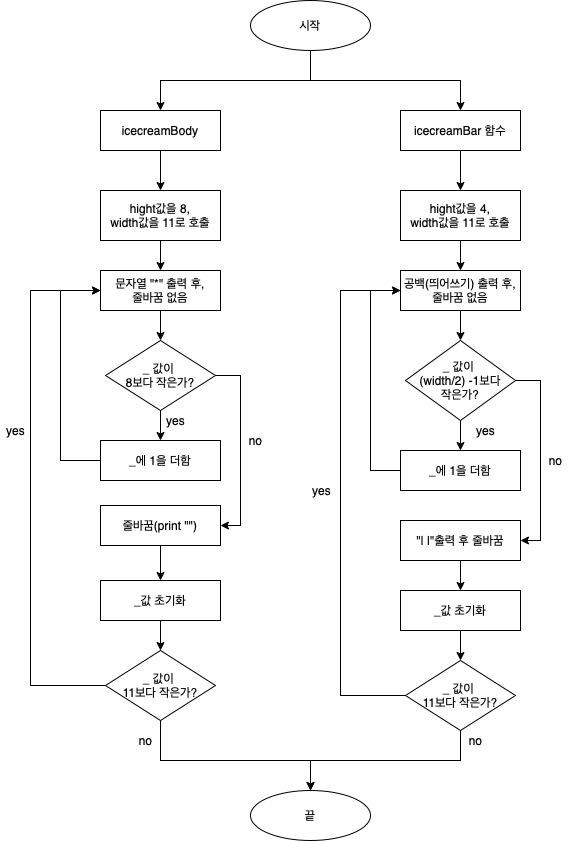
This is CodeStarterCamp_Week1/icecream_flowchart.png from yagom-academy/swift-starter-camp-4th, a draw.io export, as it was before one commit. Source tidied: cells renumbered, new cells last; positions are measured from the earlier drawing's top-left corner, leaving out a move shared by most shapes.
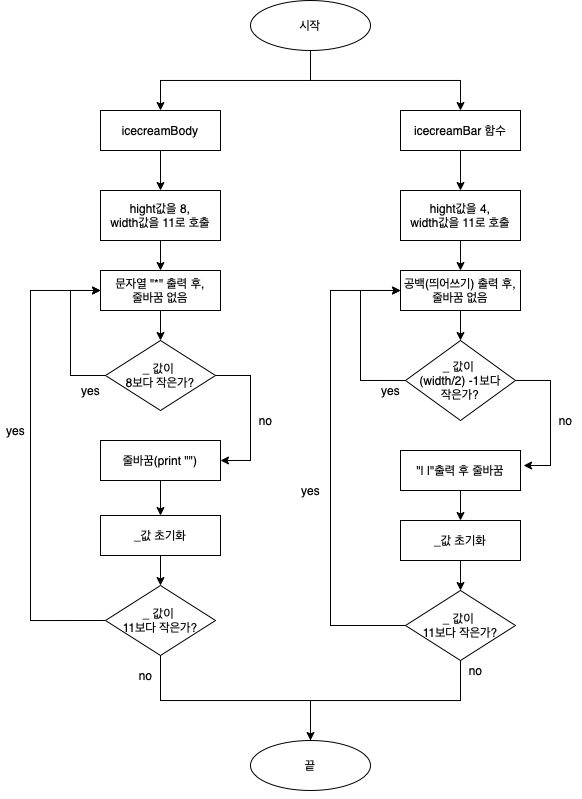
Later version of the same file.

Diff of the diagram source:
```diff
@@ -56,19 +56,22 @@
     <mxCell id="15" value="hight값을 4,&lt;br&gt;width값을 11로 호출" style="rounded=1;whiteSpace=wrap;html=1;fontSize=12;glass=0;strokeWidth=1;shadow=0;arcSize=0;" parent="1" vertex="1">
       <mxGeometry x="400" y="190" width="120" height="50" as="geometry" />
     </mxCell>
-    <mxCell id="16" style="edgeStyle=orthogonalEdgeStyle;rounded=0;jettySize=auto;html=1;exitX=0;exitY=0.5;exitDx=0;exitDy=0;entryX=0;entryY=0.5;entryDx=0;entryDy=0;" parent="1" edge="1" source="28" target="13">
-      <mxGeometry relative="1" as="geometry">
-        <Array as="points">
-          <mxPoint x="60" y="460" />
-          <mxPoint x="60" y="290" />
-        </Array>
-      </mxGeometry>
-    </mxCell>
-    <mxCell id="17" style="edgeStyle=orthogonalEdgeStyle;rounded=0;jettySize=auto;html=1;exitX=0.5;exitY=1;exitDx=0;exitDy=0;entryX=0.5;entryY=0;entryDx=0;entryDy=0;" parent="1" edge="1" source="19" target="28">
-      <mxGeometry relative="1" as="geometry" />
+    <mxCell id="17" style="edgeStyle=orthogonalEdgeStyle;rounded=0;jettySize=auto;html=1;" parent="1" edge="1" source="19">
+      <mxGeometry relative="1" as="geometry">
+        <mxPoint x="100" y="290" as="targetPoint" />
+        <Array as="points">
+          <mxPoint x="70" y="375" />
+          <mxPoint x="70" y="290" />
+        </Array>
+      </mxGeometry>
     </mxCell>
     <mxCell id="18" style="edgeStyle=orthogonalEdgeStyle;rounded=0;jettySize=auto;html=1;exitX=1;exitY=0.5;exitDx=0;exitDy=0;entryX=1;entryY=0.5;entryDx=0;entryDy=0;" parent="1" edge="1" source="19" target="26">
-      <mxGeometry relative="1" as="geometry" />
+      <mxGeometry relative="1" as="geometry">
+        <Array as="points">
+          <mxPoint x="250" y="375" />
+          <mxPoint x="250" y="460" />
+        </Array>
+      </mxGeometry>
     </mxCell>
     <mxCell id="19" value="_ 값이 &lt;br&gt;8보다 작은가?" style="rhombus;whiteSpace=wrap;html=1;strokeColor=default;fillColor=default;" parent="1" vertex="1">
       <mxGeometry x="105" y="340" width="110" height="70" as="geometry" />
@@ -76,7 +79,7 @@
     <mxCell id="20" style="edgeStyle=orthogonalEdgeStyle;rounded=0;jettySize=auto;html=1;entryX=0;entryY=0.5;entryDx=0;entryDy=0;exitX=0;exitY=0.5;exitDx=0;exitDy=0;" parent="1" edge="1" source="22" target="13">
       <mxGeometry relative="1" as="geometry">
         <Array as="points">
-          <mxPoint x="30" y="685" />
+          <mxPoint x="30" y="620" />
           <mxPoint x="30" y="290" />
         </Array>
       </mxGeometry>
@@ -84,37 +87,34 @@
     <mxCell id="21" style="edgeStyle=orthogonalEdgeStyle;rounded=0;jettySize=auto;html=1;" parent="1" edge="1" source="22" target="48">
       <mxGeometry relative="1" as="geometry">
         <Array as="points">
-          <mxPoint x="160" y="760" />
-          <mxPoint x="310" y="760" />
+          <mxPoint x="160" y="700" />
+          <mxPoint x="310" y="700" />
         </Array>
       </mxGeometry>
     </mxCell>
     <mxCell id="22" value="_ 값이 &lt;br&gt;11보다 작은가?" style="rhombus;whiteSpace=wrap;html=1;strokeColor=default;fillColor=default;" parent="1" vertex="1">
-      <mxGeometry x="105" y="650" width="110" height="70" as="geometry" />
+      <mxGeometry x="105" y="585" width="110" height="70" as="geometry" />
     </mxCell>
     <mxCell id="23" value="yes" style="text;html=1;align=center;verticalAlign=middle;strokeColor=none;fillColor=none;" parent="1" vertex="1">
-      <mxGeometry x="160" y="410" width="30" height="20" as="geometry" />
+      <mxGeometry x="75" y="380" width="30" height="20" as="geometry" />
     </mxCell>
     <mxCell id="24" value="no" style="text;html=1;align=center;verticalAlign=middle;strokeColor=none;fillColor=none;" parent="1" vertex="1">
-      <mxGeometry x="240" y="430" width="30" height="20" as="geometry" />
+      <mxGeometry x="250" y="410" width="30" height="20" as="geometry" />
     </mxCell>
     <mxCell id="25" style="edgeStyle=orthogonalEdgeStyle;rounded=0;jettySize=auto;html=1;exitX=0.5;exitY=1;exitDx=0;exitDy=0;entryX=0.5;entryY=0;entryDx=0;entryDy=0;" parent="1" edge="1" source="26" target="30">
       <mxGeometry relative="1" as="geometry" />
     </mxCell>
     <mxCell id="26" value="줄바꿈(print &quot;&quot;)" style="rounded=1;whiteSpace=wrap;html=1;fontSize=12;glass=0;strokeWidth=1;shadow=0;arcSize=0;" parent="1" vertex="1">
-      <mxGeometry x="100" y="505" width="120" height="40" as="geometry" />
+      <mxGeometry x="100" y="440" width="120" height="40" as="geometry" />
     </mxCell>
     <mxCell id="27" value="yes" style="text;html=1;align=center;verticalAlign=middle;strokeColor=none;fillColor=none;" parent="1" vertex="1">
       <mxGeometry y="420" width="30" height="20" as="geometry" />
     </mxCell>
-    <mxCell id="28" value="_에 1을 더함" style="rounded=1;whiteSpace=wrap;html=1;fontSize=12;glass=0;strokeWidth=1;shadow=0;arcSize=0;" parent="1" vertex="1">
-      <mxGeometry x="100" y="440" width="120" height="40" as="geometry" />
-    </mxCell>
     <mxCell id="29" style="edgeStyle=orthogonalEdgeStyle;rounded=0;jettySize=auto;html=1;entryX=0.5;entryY=0;entryDx=0;entryDy=0;" parent="1" edge="1" source="30" target="22">
       <mxGeometry relative="1" as="geometry" />
     </mxCell>
     <mxCell id="30" value="_값 초기화" style="rounded=1;whiteSpace=wrap;html=1;fontSize=12;glass=0;strokeWidth=1;shadow=0;arcSize=0;" parent="1" vertex="1">
-      <mxGeometry x="100" y="580" width="120" height="40" as="geometry" />
+      <mxGeometry x="100" y="515" width="120" height="40" as="geometry" />
     </mxCell>
     <mxCell id="31" style="edgeStyle=orthogonalEdgeStyle;rounded=0;jettySize=auto;html=1;entryX=0.5;entryY=0;entryDx=0;entryDy=0;" parent="1" edge="1" source="32" target="35">
       <mxGeometry relative="1" as="geometry" />
@@ -122,76 +122,75 @@
     <mxCell id="32" value="공백(띄어쓰기) 출력 후,&lt;br&gt;줄바꿈 없음" style="rounded=1;whiteSpace=wrap;html=1;fontSize=12;glass=0;strokeWidth=1;shadow=0;arcSize=0;" parent="1" vertex="1">
       <mxGeometry x="400" y="270" width="120" height="40" as="geometry" />
     </mxCell>
-    <mxCell id="33" style="edgeStyle=orthogonalEdgeStyle;rounded=0;jettySize=auto;html=1;entryX=0.5;entryY=0;entryDx=0;entryDy=0;" parent="1" edge="1" source="35" target="37">
-      <mxGeometry relative="1" as="geometry" />
-    </mxCell>
-    <mxCell id="34" style="edgeStyle=orthogonalEdgeStyle;rounded=0;jettySize=auto;html=1;entryX=1;entryY=0.5;entryDx=0;entryDy=0;" parent="1" edge="1" source="35" target="40">
+    <mxCell id="34" style="edgeStyle=orthogonalEdgeStyle;rounded=0;jettySize=auto;html=1;entryX=1.026;entryY=0.385;entryDx=0;entryDy=0;entryPerimeter=0;" parent="1" edge="1" source="35" target="40">
       <mxGeometry relative="1" as="geometry">
         <Array as="points">
-          <mxPoint x="540" y="380" />
-          <mxPoint x="540" y="540" />
+          <mxPoint x="550" y="380" />
+          <mxPoint x="550" y="465" />
+          <mxPoint x="523" y="465" />
         </Array>
       </mxGeometry>
     </mxCell>
     <mxCell id="35" value="_ 값이 &lt;br&gt;(width/2) -1보다 &lt;br&gt;작은가?" style="rhombus;whiteSpace=wrap;html=1;strokeColor=default;fillColor=default;" parent="1" vertex="1">
       <mxGeometry x="405" y="340" width="110" height="80" as="geometry" />
     </mxCell>
-    <mxCell id="36" style="edgeStyle=orthogonalEdgeStyle;rounded=0;jettySize=auto;html=1;entryX=0;entryY=0.5;entryDx=0;entryDy=0;" parent="1" edge="1" source="37" target="32">
+    <mxCell id="36" style="edgeStyle=orthogonalEdgeStyle;rounded=0;jettySize=auto;html=1;entryX=0;entryY=0.5;entryDx=0;entryDy=0;exitX=0;exitY=0.5;exitDx=0;exitDy=0;" parent="1" edge="1" source="35" target="32">
       <mxGeometry relative="1" as="geometry">
         <Array as="points">
-          <mxPoint x="370" y="470" />
-          <mxPoint x="370" y="290" />
+          <mxPoint x="360" y="380" />
+          <mxPoint x="360" y="290" />
         </Array>
       </mxGeometry>
     </mxCell>
-    <mxCell id="37" value="_에 1을 더함" style="rounded=1;whiteSpace=wrap;html=1;fontSize=12;glass=0;strokeWidth=1;shadow=0;arcSize=0;" parent="1" vertex="1">
-      <mxGeometry x="400" y="450" width="120" height="40" as="geometry" />
-    </mxCell>
     <mxCell id="38" value="yes" style="text;html=1;align=center;verticalAlign=middle;strokeColor=none;fillColor=none;" parent="1" vertex="1">
-      <mxGeometry x="470" y="420" width="30" height="20" as="geometry" />
+      <mxGeometry x="375" y="380" width="30" height="20" as="geometry" />
     </mxCell>
     <mxCell id="39" style="edgeStyle=orthogonalEdgeStyle;rounded=0;jettySize=auto;html=1;entryX=0.5;entryY=0;entryDx=0;entryDy=0;" parent="1" edge="1" source="40" target="43">
       <mxGeometry relative="1" as="geometry" />
     </mxCell>
     <mxCell id="40" value="&quot;| |&quot;출력 후 줄바꿈" style="rounded=1;whiteSpace=wrap;html=1;fontSize=12;glass=0;strokeWidth=1;shadow=0;arcSize=0;" parent="1" vertex="1">
-      <mxGeometry x="400" y="520" width="120" height="40" as="geometry" />
+      <mxGeometry x="400" y="450" width="120" height="40" as="geometry" />
     </mxCell>
     <mxCell id="41" value="no" style="text;html=1;align=center;verticalAlign=middle;strokeColor=none;fillColor=none;" parent="1" vertex="1">
-      <mxGeometry x="540" y="450" width="30" height="20" as="geometry" />
+      <mxGeometry x="550" y="410" width="30" height="20" as="geometry" />
     </mxCell>
     <mxCell id="42" style="edgeStyle=orthogonalEdgeStyle;rounded=0;jettySize=auto;html=1;entryX=0.5;entryY=0;entryDx=0;entryDy=0;" parent="1" edge="1" source="43" target="46">
       <mxGeometry relative="1" as="geometry" />
     </mxCell>
     <mxCell id="43" value="_값 초기화" style="rounded=1;whiteSpace=wrap;html=1;fontSize=12;glass=0;strokeWidth=1;shadow=0;arcSize=0;" parent="1" vertex="1">
-      <mxGeometry x="400" y="590" width="120" height="40" as="geometry" />
+      <mxGeometry x="400" y="520" width="120" height="40" as="geometry" />
     </mxCell>
     <mxCell id="44" style="edgeStyle=orthogonalEdgeStyle;rounded=0;jettySize=auto;html=1;entryX=0;entryY=0.5;entryDx=0;entryDy=0;startArrow=none;exitX=0;exitY=0.5;exitDx=0;exitDy=0;" parent="1" edge="1" source="46" target="32">
       <mxGeometry relative="1" as="geometry">
         <Array as="points">
-          <mxPoint x="340" y="695" />
-          <mxPoint x="340" y="290" />
+          <mxPoint x="330" y="625" />
+          <mxPoint x="330" y="290" />
         </Array>
       </mxGeometry>
     </mxCell>
     <mxCell id="45" style="edgeStyle=orthogonalEdgeStyle;rounded=0;jettySize=auto;html=1;exitX=0.5;exitY=1;exitDx=0;exitDy=0;" parent="1" edge="1" source="46">
       <mxGeometry relative="1" as="geometry">
         <mxPoint x="310" y="790" as="targetPoint" />
+        <Array as="points">
+          <mxPoint x="460" y="700" />
+          <mxPoint x="310" y="700" />
+        </Array>
       </mxGeometry>
     </mxCell>
     <mxCell id="46" value="_ 값이 &lt;br&gt;11보다 작은가?" style="rhombus;whiteSpace=wrap;html=1;strokeColor=default;fillColor=default;" parent="1" vertex="1">
-      <mxGeometry x="405" y="660" width="110" height="70" as="geometry" />
+      <mxGeometry x="405" y="590" width="110" height="70" as="geometry" />
     </mxCell>
     <mxCell id="47" value="yes" style="text;html=1;align=center;verticalAlign=middle;strokeColor=none;fillColor=none;" parent="1" vertex="1">
-      <mxGeometry x="306" y="480" width="30" height="20" as="geometry" />
+      <mxGeometry x="295" y="480" width="30" height="20" as="geometry" />
     </mxCell>
     <mxCell id="48" value="끝" style="ellipse;whiteSpace=wrap;html=1;" parent="1" vertex="1">
-      <mxGeometry x="250" y="790" width="120" height="50" as="geometry" />
+      <mxGeometry x="250" y="740" width="120" height="50" as="geometry" />
     </mxCell>
     <mxCell id="49" value="no" style="text;html=1;align=center;verticalAlign=middle;strokeColor=none;fillColor=none;" parent="1" vertex="1">
-      <mxGeometry x="130" y="730" width="30" height="20" as="geometry" />
+      <mxGeometry x="130" y="665" width="30" height="20" as="geometry" />
     </mxCell>
     <mxCell id="50" value="no" style="text;html=1;align=center;verticalAlign=middle;strokeColor=none;fillColor=none;" parent="1" vertex="1">
-      <mxGeometry x="460" y="730" width="30" height="20" as="geometry" />
+      <mxGeometry x="460" y="660" width="30" height="20" as="geometry" />
     </mxCell>
   </root>
 </mxGraphModel>
```
